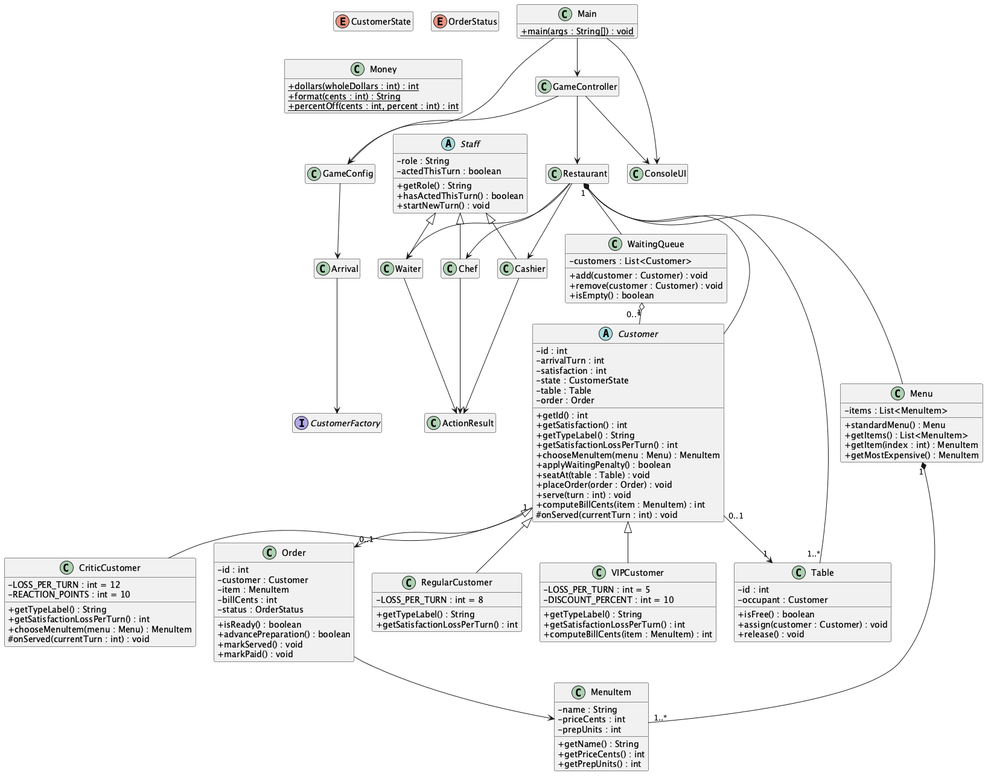
Before: docs/stage-2-class-diagram.png, a diagram exported from PlantUML (Phoenix3108/restaurant-rush). Its diagram source:
```plantuml
@startuml Stage2ClassDiagram

top to bottom direction
skinparam classAttributeIconSize 0
skinparam nodesep 30
skinparam ranksep 35
hide empty members

abstract class Customer {
    - id : int
    - arrivalTurn : int
    - satisfaction : int
    - state : CustomerState
    - table : Table
    - order : Order
    + getId() : int
    + getSatisfaction() : int
    + getTypeLabel() : String
    + getSatisfactionLossPerTurn() : int
    + chooseMenuItem(menu : Menu) : MenuItem
    + applyWaitingPenalty() : boolean
    + seatAt(table : Table) : void
    + placeOrder(order : Order) : void
    + serve(turn : int) : void
    + computeBillCents(item : MenuItem) : int
    # onServed(currentTurn : int) : void
}

class RegularCustomer {
    - LOSS_PER_TURN : int = 8
    + getTypeLabel() : String
    + getSatisfactionLossPerTurn() : int
}

class VIPCustomer {
    - LOSS_PER_TURN : int = 5
    - DISCOUNT_PERCENT : int = 10
    + getTypeLabel() : String
    + getSatisfactionLossPerTurn() : int
    + computeBillCents(item : MenuItem) : int
}

class CriticCustomer {
    - LOSS_PER_TURN : int = 12
    - REACTION_POINTS : int = 10
    + getTypeLabel() : String
    + getSatisfactionLossPerTurn() : int
    + chooseMenuItem(menu : Menu) : MenuItem
    # onServed(currentTurn : int) : void
}

enum CustomerState
class WaitingQueue {
    - customers : List<Customer>
    + add(customer : Customer) : void
    + remove(customer : Customer) : void
    + isEmpty() : boolean
}

class Table {
    - id : int
    - occupant : Customer
    + isFree() : boolean
    + assign(customer : Customer) : void
    + release() : void
}

class Menu {
    - items : List<MenuItem>
    + standardMenu() : Menu
    + getItems() : List<MenuItem>
    + getItem(index : int) : MenuItem
    + getMostExpensive() : MenuItem
}

class MenuItem {
    - name : String
    - priceCents : int
    - prepUnits : int
    + getName() : String
    + getPriceCents() : int
    + getPrepUnits() : int
}

class Order {
    - id : int
    - customer : Customer
    - item : MenuItem
    - billCents : int
    - status : OrderStatus
    + isReady() : boolean
    + advancePreparation() : boolean
    + markServed() : void
    + markPaid() : void
}

enum OrderStatus

abstract class Staff {
    - role : String
    - actedThisTurn : boolean
    + getRole() : String
    + hasActedThisTurn() : boolean
    + startNewTurn() : void
}

class Waiter
class Chef
class Cashier

class Restaurant
class GameConfig
class GameController
class Main {
    {static} + main(args : String[]) : void
}
class ConsoleUI
class Arrival
interface CustomerFactory
class ActionResult
class Money {
    {static} + dollars(wholeDollars : int) : int
    {static} + format(cents : int) : String
    {static} + percentOff(cents : int, percent : int) : int
}

Customer <|-- RegularCustomer
Customer <|-- VIPCustomer
Customer <|-- CriticCustomer

Staff <|-- Waiter
Staff <|-- Chef
Staff <|-- Cashier

Menu "1" *-- "1..*" MenuItem
WaitingQueue "1" o-- "0..*" Customer
Customer "0..1" --> "1" Table
Customer "1" --> "0..1" Order
Order --> MenuItem

Restaurant *-- Menu
Restaurant *-- WaitingQueue
Restaurant "1" *-- "1..*" Table
Restaurant o-- Customer
Restaurant --> Waiter
Restaurant --> Chef
Restaurant --> Cashier

GameController --> GameConfig
GameController --> Restaurant
GameController --> ConsoleUI
GameConfig --> Arrival
Arrival --> CustomerFactory

Waiter --> ActionResult
Chef --> ActionResult
Cashier --> ActionResult
Main --> GameConfig
Main --> GameController
Main --> ConsoleUI

@enduml
```
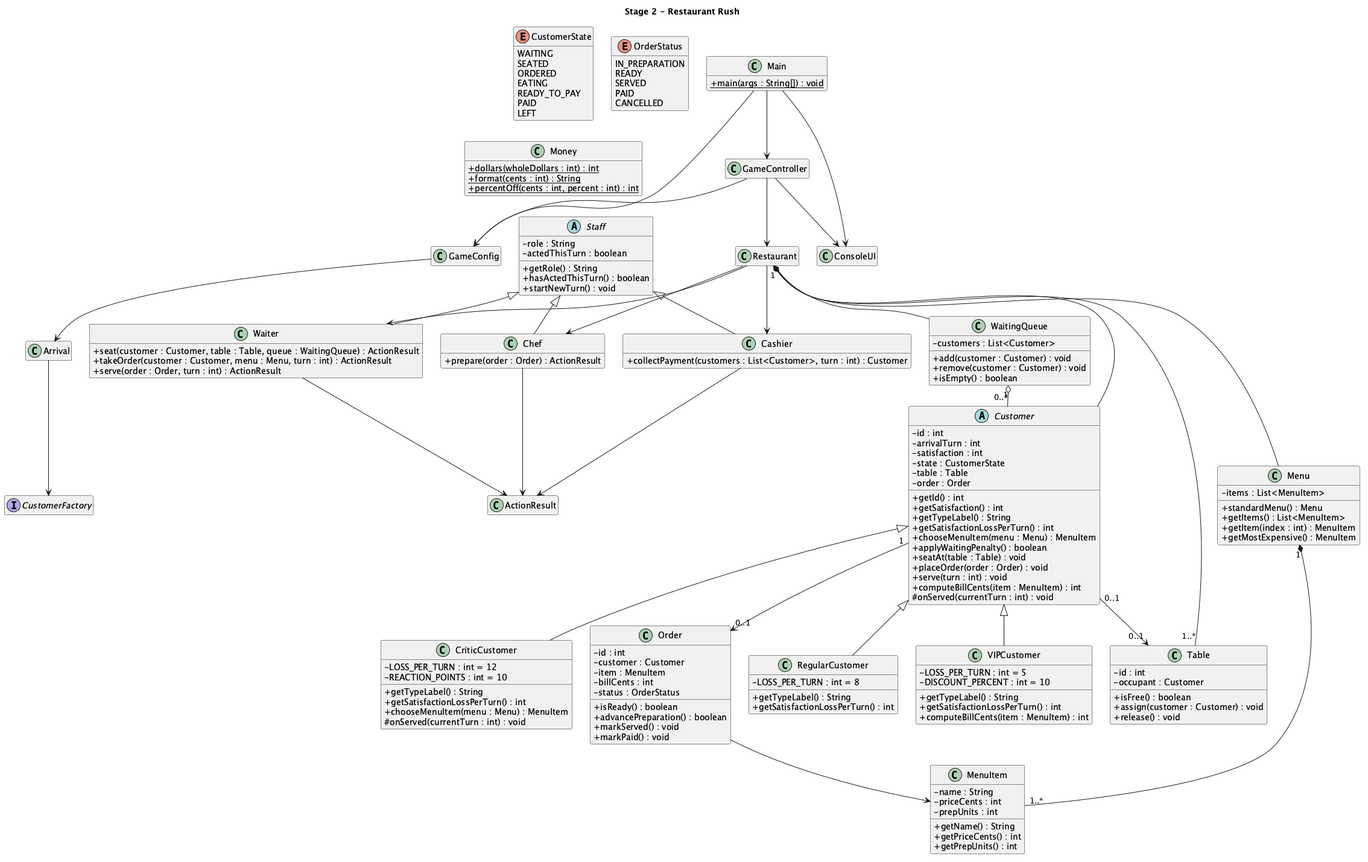
After the change.

Commit message:
Update class diagrams after review

Change to the diagram source:
```diff
@@ -1,4 +1,5 @@
 @startuml Stage2ClassDiagram
+title Stage 2 - Restaurant Rush
 
 top to bottom direction
 skinparam classAttributeIconSize 0
@@ -49,7 +50,16 @@
     # onServed(currentTurn : int) : void
 }
 
-enum CustomerState
+enum CustomerState {
+    WAITING
+    SEATED
+    ORDERED
+    EATING
+    READY_TO_PAY
+    PAID
+    LEFT
+}
+
 class WaitingQueue {
     - customers : List<Customer>
     + add(customer : Customer) : void
@@ -94,7 +104,13 @@
     + markPaid() : void
 }
 
-enum OrderStatus
+enum OrderStatus {
+    IN_PREPARATION
+    READY
+    SERVED
+    PAID
+    CANCELLED
+}
 
 abstract class Staff {
     - role : String
@@ -104,9 +120,19 @@
     + startNewTurn() : void
 }
 
-class Waiter
-class Chef
-class Cashier
+class Waiter {
+    + seat(customer : Customer, table : Table, queue : WaitingQueue) : ActionResult
+    + takeOrder(customer : Customer, menu : Menu, turn : int) : ActionResult
+    + serve(order : Order, turn : int) : ActionResult
+}
+
+class Chef {
+    + prepare(order : Order) : ActionResult
+}
+
+class Cashier {
+    + collectPayment(customers : List<Customer>, turn : int) : Customer
+}
 
 class Restaurant
 class GameConfig
@@ -134,7 +160,7 @@
 
 Menu "1" *-- "1..*" MenuItem
 WaitingQueue "1" o-- "0..*" Customer
-Customer "0..1" --> "1" Table
+Customer "0..1" --> "0..1" Table
 Customer "1" --> "0..1" Order
 Order --> MenuItem
 
```
